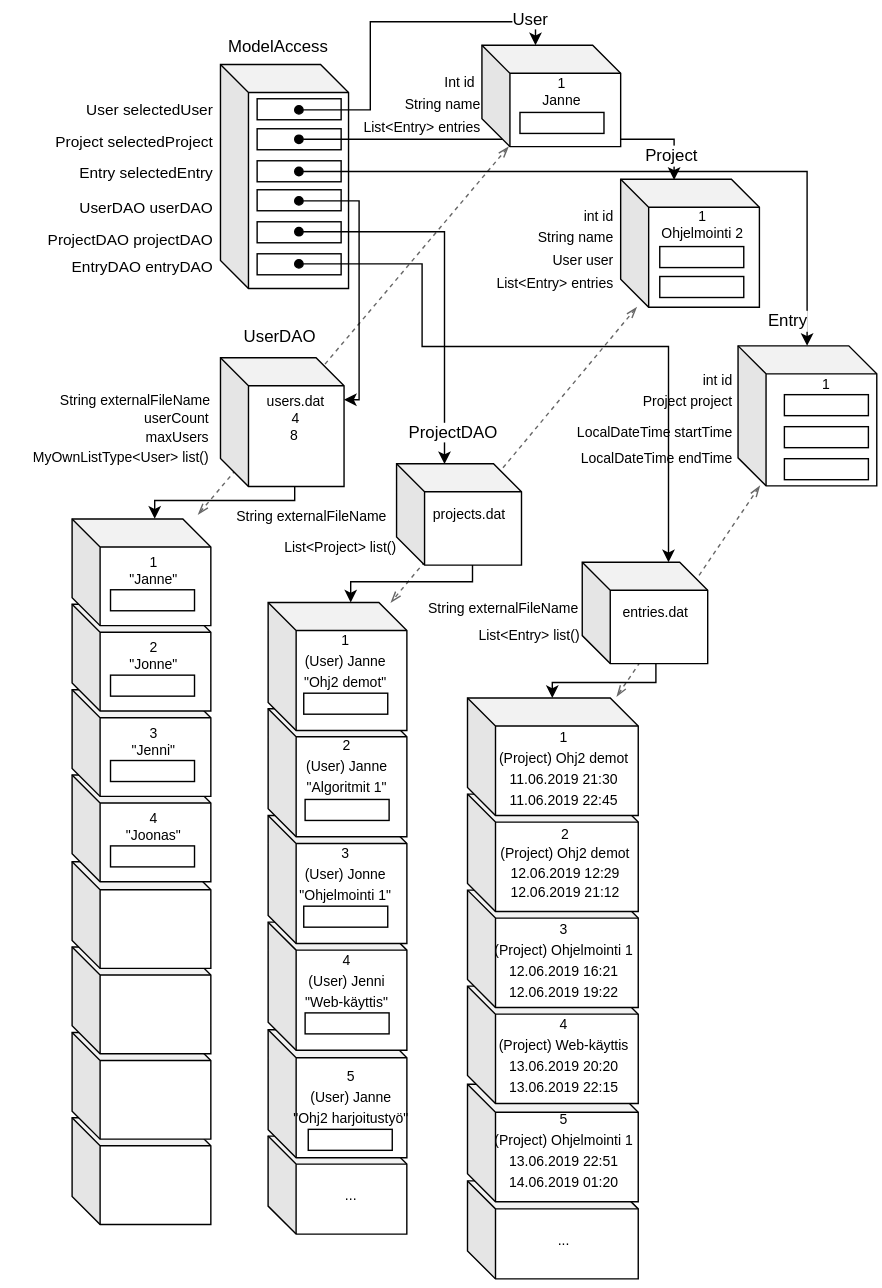
Before: kaaviot/tietorakenne_alt.svg, a diagram exported from draw.io (a-ruskomaa/SimpleTimeTracker). Source tidied: cells renumbered, new cells last; positions are measured from the earlier drawing's top-left corner, leaving out a move shared by most shapes.
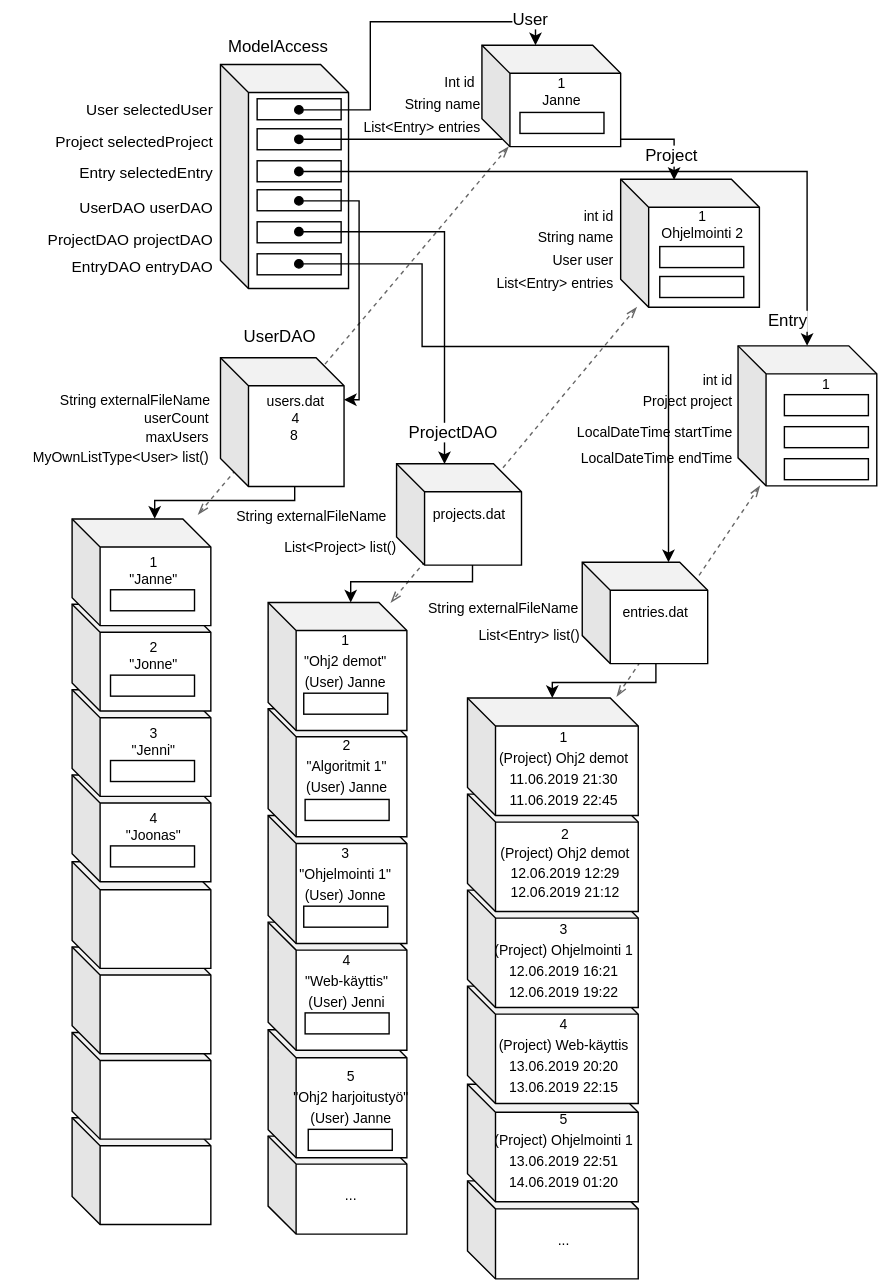
The same file after the commit.

Commit message:
Muokattu tietorakennekaavioita

Diff of the diagram source:
```diff
@@ -327,7 +327,7 @@
     <mxCell id="97" style="rounded=0;whiteSpace=wrap;html=1;fontColor=#000000;labelBackgroundColor=#ffffff;" parent="89" vertex="1">
       <mxGeometry x="26.4" y="64.8" width="60" height="15" as="geometry" />
     </mxCell>
-    <mxCell id="98" value="&lt;p style=&quot;line-height: 150% ; font-size: 10px&quot;&gt;4&lt;br style=&quot;font-size: 10px&quot;&gt;(User) Jenni&lt;br style=&quot;font-size: 10px&quot;&gt;&quot;Web-käyttis&quot;&lt;br style=&quot;font-size: 10px&quot;&gt;&lt;/p&gt;" style="text;html=1;align=center;fontColor=#000000;labelBackgroundColor=none;verticalAlign=middle;fontSize=10;" parent="89" vertex="1">
+    <mxCell id="98" value="&lt;p style=&quot;line-height: 150% ; font-size: 10px&quot;&gt;4&lt;br&gt;&quot;Web-käyttis&quot;&lt;br style=&quot;font-size: 10px&quot;&gt;(User) Jenni&lt;br style=&quot;font-size: 10px&quot;&gt;&lt;/p&gt;" style="text;html=1;align=center;fontColor=#000000;labelBackgroundColor=none;verticalAlign=middle;fontSize=10;" parent="89" vertex="1">
       <mxGeometry x="29.7" y="18.6" width="53.4" height="46.2" as="geometry" />
     </mxCell>
     <mxCell id="99" style="shape=cube;whiteSpace=wrap;html=1;boundedLbl=1;backgroundOutline=1;darkOpacity=0.05;darkOpacity2=0.1;fontColor=#000000;labelBackgroundColor=#ffffff;" parent="88" vertex="1">
@@ -336,7 +336,7 @@
     <mxCell id="100" style="rounded=0;whiteSpace=wrap;html=1;fontColor=#000000;labelBackgroundColor=#ffffff;" parent="88" vertex="1">
       <mxGeometry x="25.4" y="64.8" width="60" height="15" as="geometry" />
     </mxCell>
-    <mxCell id="101" value="&lt;p style=&quot;line-height: 150% ; font-size: 10px&quot;&gt;3&lt;br style=&quot;font-size: 10px&quot;&gt;(User) Jonne&lt;br style=&quot;font-size: 10px&quot;&gt;&quot;Ohjelmointi 1&quot;&lt;br style=&quot;font-size: 10px&quot;&gt;&lt;/p&gt;" style="text;html=1;align=center;fontColor=#000000;labelBackgroundColor=none;verticalAlign=middle;fontSize=10;" parent="88" vertex="1">
+    <mxCell id="101" value="&lt;p style=&quot;line-height: 150% ; font-size: 10px&quot;&gt;3&lt;br&gt;&quot;Ohjelmointi 1&quot;&lt;br style=&quot;font-size: 10px&quot;&gt;(User) Jonne&lt;br style=&quot;font-size: 10px&quot;&gt;&lt;/p&gt;" style="text;html=1;align=center;fontColor=#000000;labelBackgroundColor=none;verticalAlign=middle;fontSize=10;" parent="88" vertex="1">
       <mxGeometry x="28.8" y="18.6" width="53.4" height="46.2" as="geometry" />
     </mxCell>
     <mxCell id="102" style="shape=cube;whiteSpace=wrap;html=1;boundedLbl=1;backgroundOutline=1;darkOpacity=0.05;darkOpacity2=0.1;fontColor=#000000;labelBackgroundColor=#ffffff;" parent="87" vertex="1">
@@ -345,7 +345,7 @@
     <mxCell id="103" style="rounded=0;whiteSpace=wrap;html=1;fontColor=#000000;labelBackgroundColor=#ffffff;" parent="87" vertex="1">
       <mxGeometry x="26.4" y="64.8" width="60" height="15" as="geometry" />
     </mxCell>
-    <mxCell id="104" value="&lt;p style=&quot;line-height: 150% ; font-size: 10px&quot;&gt;2&lt;br style=&quot;font-size: 10px&quot;&gt;(User) Janne&lt;br style=&quot;font-size: 10px&quot;&gt;&quot;Algoritmit 1&quot;&lt;/p&gt;" style="text;html=1;align=center;fontColor=#000000;labelBackgroundColor=none;verticalAlign=middle;fontSize=10;" parent="87" vertex="1">
+    <mxCell id="104" value="&lt;p style=&quot;line-height: 150% ; font-size: 10px&quot;&gt;2&lt;br&gt;&quot;Algoritmit 1&quot;&lt;br style=&quot;font-size: 10px&quot;&gt;(User) Janne&lt;/p&gt;" style="text;html=1;align=center;fontColor=#000000;labelBackgroundColor=none;verticalAlign=middle;fontSize=10;" parent="87" vertex="1">
       <mxGeometry x="29.7" y="18.6" width="53.4" height="46.2" as="geometry" />
     </mxCell>
     <mxCell id="105" style="shape=cube;whiteSpace=wrap;html=1;boundedLbl=1;backgroundOutline=1;darkOpacity=0.05;darkOpacity2=0.1;fontColor=#000000;labelBackgroundColor=#ffffff;" parent="86" vertex="1">
@@ -354,7 +354,7 @@
     <mxCell id="106" style="rounded=0;whiteSpace=wrap;html=1;fontColor=#000000;labelBackgroundColor=#ffffff;" parent="86" vertex="1">
       <mxGeometry x="25.4" y="64.8" width="60" height="15" as="geometry" />
     </mxCell>
-    <mxCell id="107" value="&lt;p style=&quot;line-height: 150% ; font-size: 10px&quot;&gt;1&lt;br style=&quot;font-size: 10px&quot;&gt;(User) Janne&lt;br style=&quot;font-size: 10px&quot;&gt;&quot;Ohj2 demot&quot;&lt;br style=&quot;font-size: 10px&quot;&gt;&lt;/p&gt;" style="text;html=1;align=center;fontColor=#000000;labelBackgroundColor=none;verticalAlign=middle;fontSize=10;" parent="86" vertex="1">
+    <mxCell id="107" value="&lt;p style=&quot;line-height: 150% ; font-size: 10px&quot;&gt;1&lt;br&gt;&quot;Ohj2 demot&quot;&lt;br style=&quot;font-size: 10px&quot;&gt;(User) Janne&lt;br style=&quot;font-size: 10px&quot;&gt;&lt;/p&gt;" style="text;html=1;align=center;fontColor=#000000;labelBackgroundColor=none;verticalAlign=middle;fontSize=10;" parent="86" vertex="1">
       <mxGeometry x="28.8" y="18.6" width="53.4" height="46.2" as="geometry" />
     </mxCell>
     <mxCell id="108" style="edgeStyle=none;rounded=0;jettySize=auto;html=1;dashed=1;endArrow=openThin;endFill=0;startArrow=openThin;startFill=0;fillColor=#f5f5f5;strokeColor=#666666;" parent="1" edge="1" source="29" target="105">
@@ -481,7 +481,7 @@
     <mxCell id="143" value="entries.dat" style="text;html=1;strokeColor=none;fillColor=none;align=center;verticalAlign=middle;whiteSpace=wrap;rounded=0;fontColor=#000000;labelBackgroundColor=#ffffff;fontSize=10;" parent="141" vertex="1">
       <mxGeometry x="37.3" y="31.5" width="29.9" height="9.3" as="geometry" />
     </mxCell>
-    <mxCell id="144" value="&lt;p style=&quot;line-height: 150% ; font-size: 10px&quot;&gt;5&lt;br style=&quot;font-size: 10px&quot;&gt;(User) Janne&lt;br style=&quot;font-size: 10px&quot;&gt;&quot;Ohj2 harjoitustyö&quot;&lt;br style=&quot;font-size: 10px&quot;&gt;&lt;/p&gt;" style="text;html=1;align=center;fontColor=#000000;labelBackgroundColor=none;verticalAlign=middle;fontSize=10;" parent="1" vertex="1">
+    <mxCell id="144" value="&lt;p style=&quot;line-height: 150% ; font-size: 10px&quot;&gt;5&lt;br&gt;&quot;Ohj2 harjoitustyö&quot;&lt;br style=&quot;font-size: 10px&quot;&gt;(User) Janne&lt;br style=&quot;font-size: 10px&quot;&gt;&lt;/p&gt;" style="text;html=1;align=center;fontColor=#000000;labelBackgroundColor=none;verticalAlign=middle;fontSize=10;" parent="1" vertex="1">
       <mxGeometry x="223" y="760" width="53.4" height="46.2" as="geometry" />
     </mxCell>
     <mxCell id="145" value="MyOwnListType&amp;lt;User&amp;gt; list()" style="text;html=1;align=right;fontColor=#000000;labelBackgroundColor=#ffffff;fontSize=10;" parent="1" vertex="1">
```
